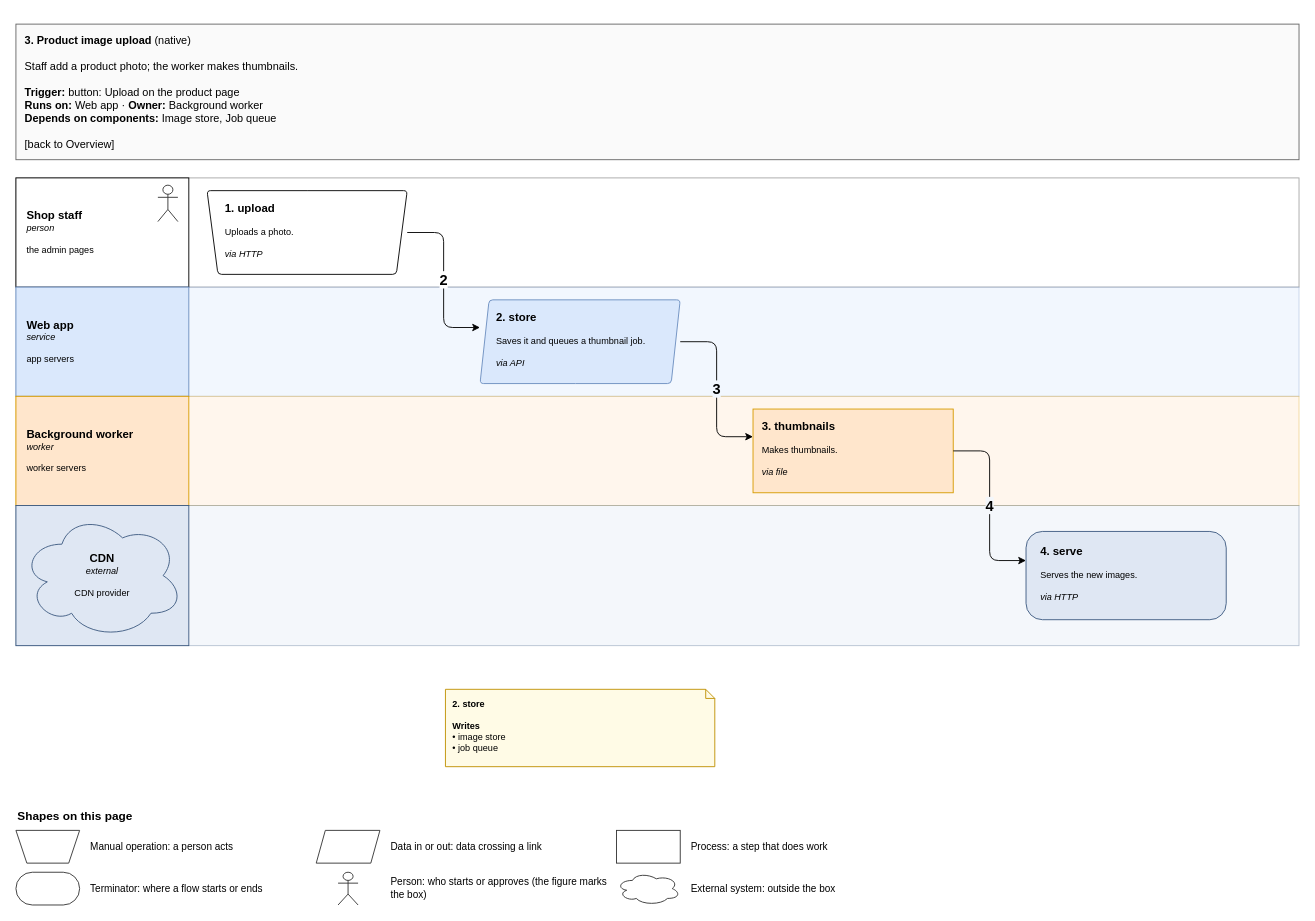
This is page "3. Product image upload" (8 of 10) of specialists/platform/skill-drawio/examples/shop/drawio/flows.drawio from amalikn/skills_stuff, a draw.io file, before an edit. Source tidied: cells renumbered, new cells numbered last; positions are measured from the earlier drawing's top-left corner, leaving out a move shared by most shapes. Both pictures are drawn from the tidied source at 91%, with x=0, y=0 at pixel (15, 24).
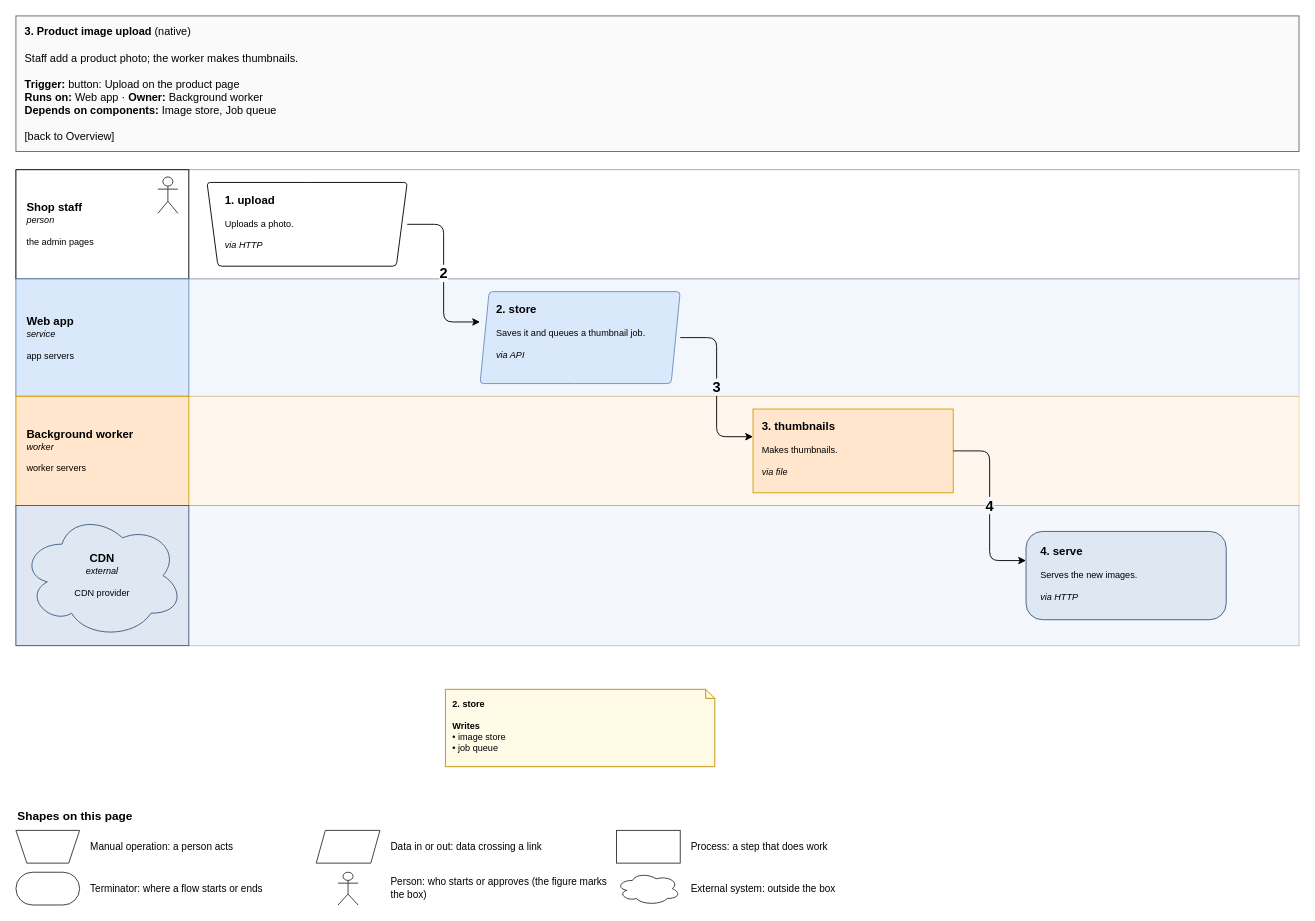
The same page after the edit.

The change refers to these unchanged cells:
```xml
<mxCell id="16" value="&lt;span style=&quot;font-size:125%&quot;&gt;&lt;b&gt;3. thumbnails&lt;/b&gt;&lt;/span&gt;&lt;br&gt; &lt;br&gt;Makes thumbnails.&lt;br&gt; &lt;br&gt;&lt;i&gt;via file&lt;/i&gt;" style="rounded=1;whiteSpace=wrap;html=1;fillColor=#ffe6cc;strokeColor=#d79b00;fontSize=11;arcSize=8;fontSize=10;align=left;verticalAlign=top;spacingLeft=8;spacingRight=6;spacingTop=6;rounded=0;" parent="1" vertex="1">
  <mxGeometry x="810" y="423" width="220" height="92" as="geometry" />
</mxCell>
```

The edit, as a diff of the source:
```diff
@@
     <mxCell id="2" value="&lt;b&gt;3. Product image upload&lt;/b&gt; (native)&lt;br&gt; &lt;br&gt;Staff add a product photo; the worker makes thumbnails.&lt;br&gt; &lt;br&gt;&lt;b&gt;Trigger:&lt;/b&gt; button: Upload on the product page&lt;br&gt;&lt;b&gt;Runs on:&lt;/b&gt; Web app · &lt;b&gt;Owner:&lt;/b&gt; Background worker&lt;br&gt;&lt;b&gt;Depends on components:&lt;/b&gt; Image store, Job queue&lt;br&gt; &lt;br&gt;[back to Overview]" style="rounded=0;whiteSpace=wrap;html=1;fillColor=#fafafa;strokeColor=#666666;align=left;verticalAlign=top;spacingLeft=8;spacingTop=4;fontSize=12;" parent="1" vertex="1">
-      <mxGeometry width="1410" height="149" as="geometry" />
+      <mxGeometry y="-9" width="1410" height="149" as="geometry" />
     </mxCell>
     <mxCell id="3" style="rounded=0;html=1;fillColor=#ffffff;strokeColor=#000000;opacity=35;" parent="1" vertex="1">
-      <mxGeometry y="169" width="1410" height="120" as="geometry" />
+      <mxGeometry y="160" width="1410" height="120" as="geometry" />
     </mxCell>
     <mxCell id="4" value="&lt;span style=&quot;font-size:125%&quot;&gt;&lt;b&gt;Shop staff&lt;/b&gt;&lt;/span&gt;&lt;br&gt;&lt;i&gt;person&lt;/i&gt;&lt;br&gt; &lt;br&gt;the admin pages" style="rounded=1;whiteSpace=wrap;html=1;fillColor=#ffffff;strokeColor=#000000;fontSize=11;arcSize=8;rounded=0;align=left;verticalAlign=middle;spacingLeft=10;spacingRight=8;fontSize=10;spacingRight=40;" parent="1" vertex="1">
-      <mxGeometry y="169" width="190" height="120" as="geometry" />
+      <mxGeometry y="160" width="190" height="120" as="geometry" />
     </mxCell>
     <mxCell id="5" style="shape=umlActor;verticalLabelPosition=bottom;verticalAlign=top;fillColor=#ffffff;strokeColor=#333333;" parent="1" vertex="1">
-      <mxGeometry x="156" y="177" width="22" height="40" as="geometry" />
+      <mxGeometry x="156" y="168" width="22" height="40" as="geometry" />
     </mxCell>
     <mxCell id="6" style="rounded=0;html=1;fillColor=#dae8fc;strokeColor=#6c8ebf;opacity=35;" parent="1" vertex="1">
-      <mxGeometry y="289" width="1410" height="120" as="geometry" />
+      <mxGeometry y="280" width="1410" height="129" as="geometry" />
     </mxCell>
     <mxCell id="7" value="&lt;span style=&quot;font-size:125%&quot;&gt;&lt;b&gt;Web app&lt;/b&gt;&lt;/span&gt;&lt;br&gt;&lt;i&gt;service&lt;/i&gt;&lt;br&gt; &lt;br&gt;app servers" style="rounded=1;whiteSpace=wrap;html=1;fillColor=#dae8fc;strokeColor=#6c8ebf;fontSize=11;arcSize=8;rounded=0;align=left;verticalAlign=middle;spacingLeft=10;spacingRight=8;fontSize=10;" parent="1" vertex="1">
-      <mxGeometry y="289" width="190" height="120" as="geometry" />
+      <mxGeometry y="280" width="190" height="129" as="geometry" />
     </mxCell>
@@
     <mxCell id="13" value="&lt;span style=&quot;font-size:125%&quot;&gt;&lt;b&gt;1. upload&lt;/b&gt;&lt;/span&gt;&lt;br&gt; &lt;br&gt;Uploads a photo.&lt;br&gt; &lt;br&gt;&lt;i&gt;via HTTP&lt;/i&gt;" style="rounded=1;whiteSpace=wrap;html=1;fillColor=#ffffff;strokeColor=#000000;fontSize=11;arcSize=8;fontSize=10;align=left;verticalAlign=top;spacingLeft=8;spacingRight=6;spacingTop=6;shape=trapezoid;perimeter=trapezoidPerimeter;flipV=1;fixedSize=1;size=12;spacingLeft=18;spacingRight=18;" parent="1" vertex="1">
-      <mxGeometry x="210" y="183" width="220" height="92" as="geometry" />
+      <mxGeometry x="210" y="174" width="220" height="92" as="geometry" />
     </mxCell>
     <mxCell id="14" value="&lt;span style=&quot;font-size:125%&quot;&gt;&lt;b&gt;2. store&lt;/b&gt;&lt;/span&gt;&lt;br&gt; &lt;br&gt;Saves it and queues a thumbnail job.&lt;br&gt; &lt;br&gt;&lt;i&gt;via API&lt;/i&gt;" style="rounded=1;whiteSpace=wrap;html=1;fillColor=#dae8fc;strokeColor=#6c8ebf;fontSize=11;arcSize=8;fontSize=10;align=left;verticalAlign=top;spacingLeft=8;spacingRight=6;spacingTop=6;shape=parallelogram;perimeter=parallelogramPerimeter;fixedSize=1;size=10;spacingLeft=16;spacingRight=16;" parent="1" vertex="1">
-      <mxGeometry x="510" y="303" width="220" height="92" as="geometry" />
+      <mxGeometry x="510" y="294" width="220" height="101" as="geometry" />
     </mxCell>
@@
-    <mxCell id="31" style="edgeStyle=none;rounded=1;html=1;endArrow=classic;endFill=1;jumpStyle=arc;jumpSize=6;strokeColor=#000000;exitX=1;exitY=0.5;entryX=0;entryY=0.3304;exitPerimeter=0;entryPerimeter=0;" parent="1" edge="1" source="13" target="14">
+    <mxCell id="31" style="edgeStyle=none;rounded=1;html=1;endArrow=classic;endFill=1;jumpStyle=arc;jumpSize=6;strokeColor=#000000;exitX=1;exitY=0.5;entryX=0;entryY=0.3297;exitPerimeter=0;entryPerimeter=0;" parent="1" edge="1" source="13" target="14">
       <mxGeometry relative="1" as="geometry">
         <Array as="points">
-          <mxPoint x="470" y="229" />
-          <mxPoint x="470" y="333.4" />
+          <mxPoint x="470" y="220" />
+          <mxPoint x="470" y="327.3" />
         </Array>
       </mxGeometry>
     </mxCell>
     <mxCell id="32" value="&lt;b&gt;2&lt;/b&gt;" style="text;html=1;align=center;verticalAlign=middle;fontSize=16;fontStyle=1;labelBackgroundColor=#ffffff;fontColor=#000000;" parent="1" vertex="1">
-      <mxGeometry x="456.5" y="270.2" width="27" height="22" as="geometry" />
+      <mxGeometry x="456.5" y="262.7" width="27" height="22" as="geometry" />
     </mxCell>
     <mxCell id="33" style="edgeStyle=none;rounded=1;html=1;endArrow=classic;endFill=1;jumpStyle=arc;jumpSize=6;strokeColor=#000000;exitX=1;exitY=0.5;entryX=0;entryY=0.3304;exitPerimeter=0;entryPerimeter=0;" parent="1" edge="1" source="14" target="16">
       <mxGeometry relative="1" as="geometry">
         <Array as="points">
-          <mxPoint x="770" y="349" />
+          <mxPoint x="770" y="344.5" />
           <mxPoint x="770" y="453.4" />
         </Array>
       </mxGeometry>
     </mxCell>
     <mxCell id="34" value="&lt;b&gt;3&lt;/b&gt;" style="text;html=1;align=center;verticalAlign=middle;fontSize=16;fontStyle=1;labelBackgroundColor=#f2f7fe;fontColor=#000000;" parent="1" vertex="1">
-      <mxGeometry x="756.5" y="390.2" width="27" height="22" as="geometry" />
+      <mxGeometry x="756.5" y="387.9" width="27" height="22" as="geometry" />
     </mxCell>
```
